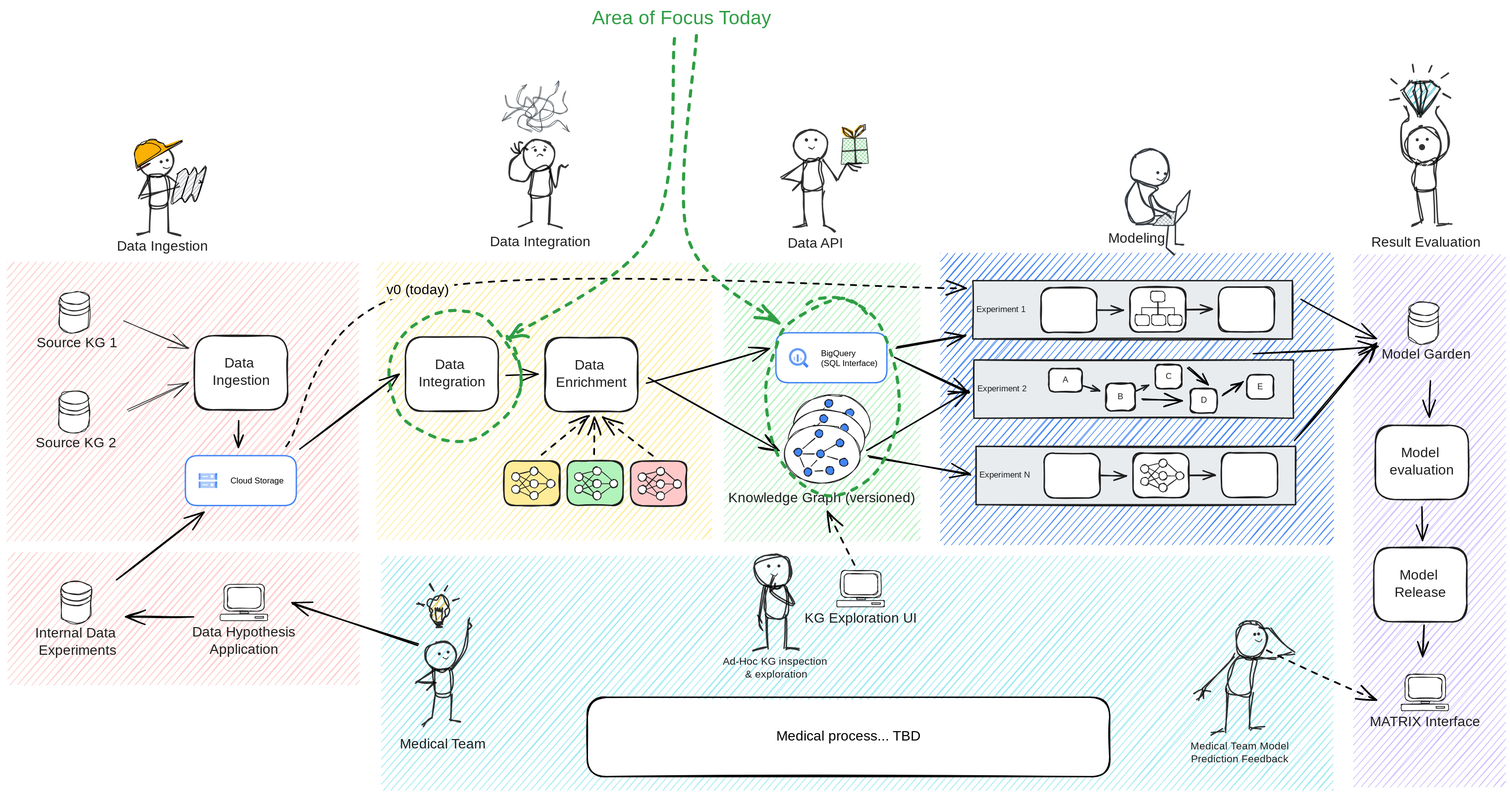
everycure-org/matrix keeps this Excalidraw diagram as docs/src/assets/img/e2e_flow_simple.excalidraw.svg. Above is the earlier version. Source tidied: one line per element, renumbered; positions are measured from the earlier drawing's top-left corner, leaving out a move shared by most shapes.
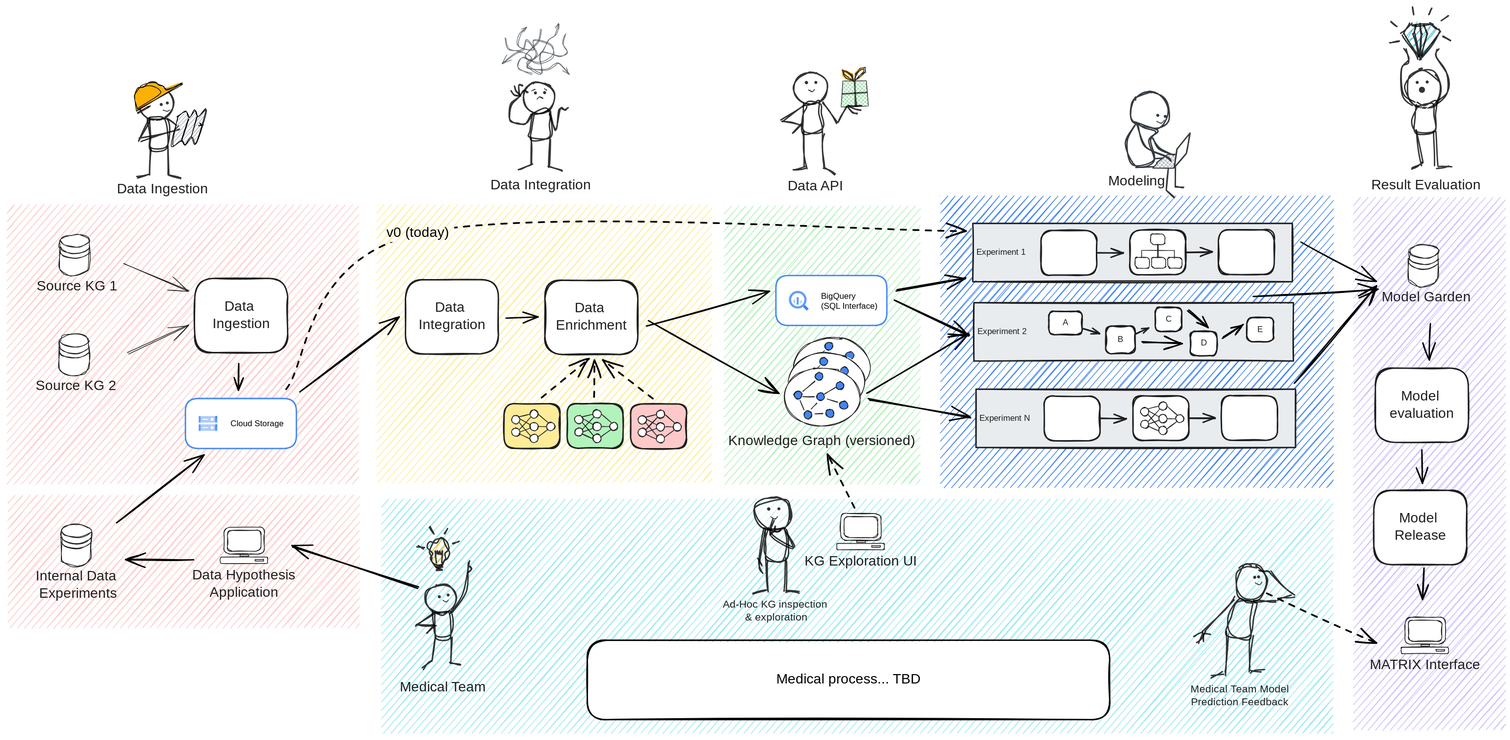
The same file after the commit.

Change to the diagram source:
```diff
@@ -395,8 +395,3 @@
 {"id": 394, "type": "line", "strokeColor": "#343a40", "backgroundColor": "#ffffff", "fillStyle": "solid", "strokeWidth": 2, "roughness": 1, "x": 1683, "y": 314, "width": 23, "height": 50, "points": [[0, 0], [4, -27], [23, -50], [18, -20], [0, 0]]}
 {"id": 395, "type": "line", "strokeColor": "#343a40", "backgroundColor": "#ffffff", "fillStyle": "solid", "strokeWidth": 2, "roughness": 1, "round": true, "x": 1651, "y": 271, "width": 30, "height": 25, "points": [[0, 0], [11, 15], [30, 25]]}
 {"id": 396, "type": "line", "strokeColor": "#343a40", "backgroundColor": "#ffffff", "fillStyle": "solid", "strokeWidth": 2, "roughness": 1, "round": true, "x": 1631, "y": 254, "width": 47, "height": 50, "points": [[0, 0], [11, 31], [40, 46], [47, 50]]}
-{"id": 397, "type": "ellipse", "strokeColor": "#2f9e44", "strokeWidth": 4, "strokeStyle": "dashed", "roughness": 2, "round": true, "x": 549, "y": 439, "width": 192, "height": 186}
-{"id": 398, "type": "ellipse", "strokeColor": "#2f9e44", "strokeWidth": 4, "strokeStyle": "dashed", "roughness": 2, "round": true, "x": 1094, "y": 420, "width": 192, "height": 285}
-{"id": 399, "type": "text", "text": "Area of Focus Today", "strokeColor": "#2f9e44", "strokeWidth": 4, "strokeStyle": "dashed", "roughness": 2, "fontSize": 28, "fontFamily": 1, "x": 844, "y": 0, "width": 298, "height": 35}
-{"id": 400, "type": "arrow", "strokeColor": "#2f9e44", "strokeWidth": 4, "strokeStyle": "dashed", "roughness": 2, "endArrowhead": "arrow", "round": true, "from": 399, "to": 397, "x": 965, "y": 45, "width": 242, "height": 431, "points": [[0, 0], [-36, 281], [-242, 431]]}
-{"id": 401, "type": "arrow", "strokeColor": "#2f9e44", "strokeWidth": 4, "strokeStyle": "dashed", "roughness": 2, "endArrowhead": "arrow", "round": true, "from": 399, "to": 398, "x": 993, "y": 43, "width": 128, "height": 412, "points": [[0, 0], [-12, 291], [117, 412]]}
```
